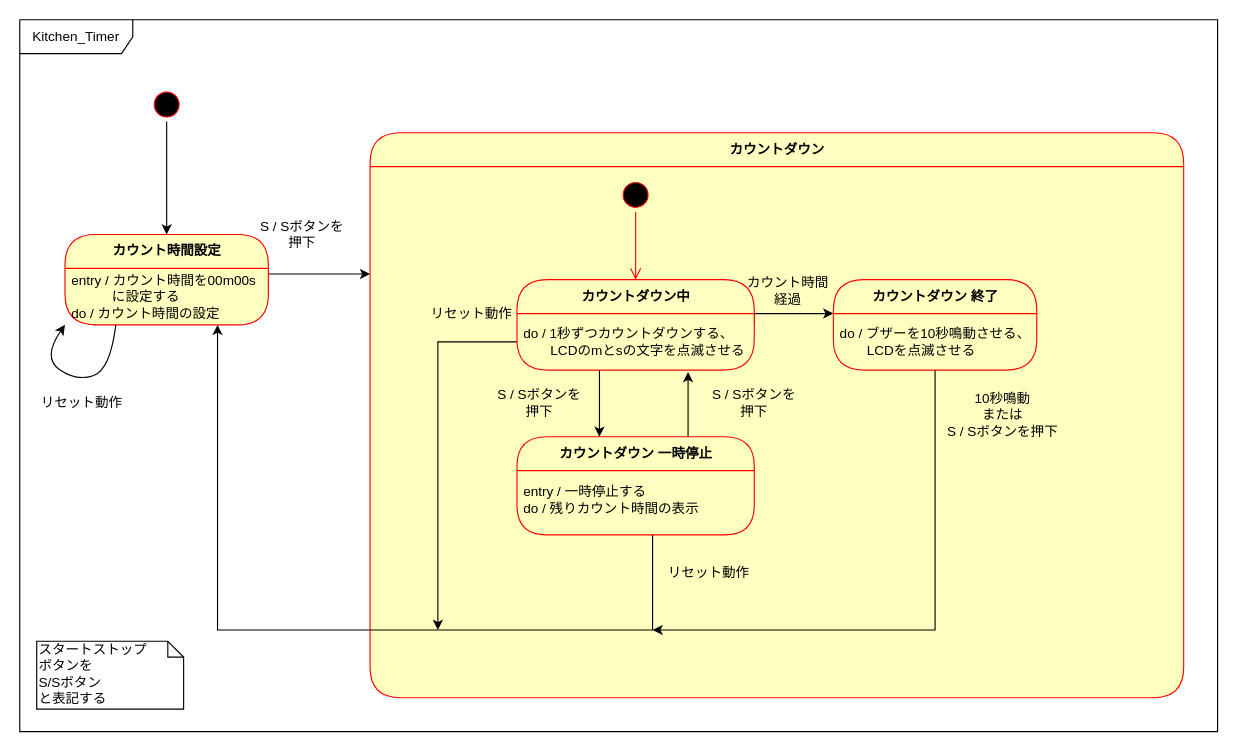
hakohumi/comp.Kitchen_Timer keeps this draw.io diagram as page "ページ2" (1 of 2) of 資料/設計/状態遷移/状態遷移図v0.33.drawio. Above is the earlier version. Source tidied: cells renumbered, new cells numbered last; positions are measured from the earlier drawing's top-left corner, leaving out a move shared by most shapes. Both pictures are drawn from the tidied source at 113%, with x=0, y=0 at pixel (19, 19).
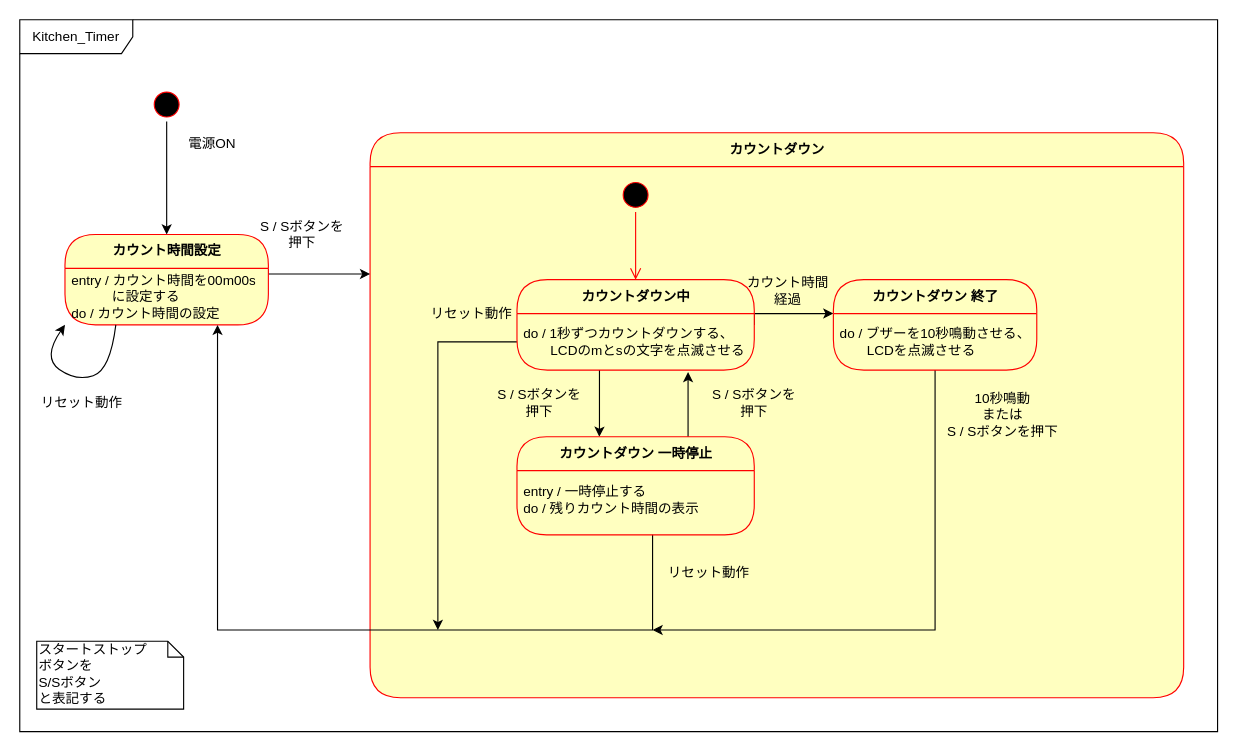
After the change.

What changed in the source:
```diff
@@
+    <mxCell id="35" value="電源ON" style="text;html=1;align=center;verticalAlign=middle;" parent="1" vertex="1">
+      <mxGeometry x="140" y="100" width="60" height="20" as="geometry" />
+    </mxCell>
```
